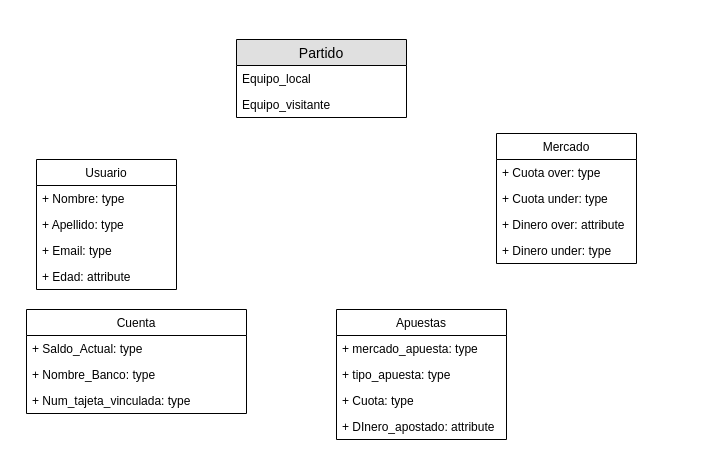
Earlier version of the draw.io diagram Untitled Diagram.drawio (jobasa/ExamenRecuTema2). Source tidied: cells renumbered, new cells numbered last; positions are measured from the earlier drawing's top-left corner, leaving out a move shared by most shapes. Both pictures are drawn from the tidied source at 100%, with x=0, y=0 at pixel (26, 39).
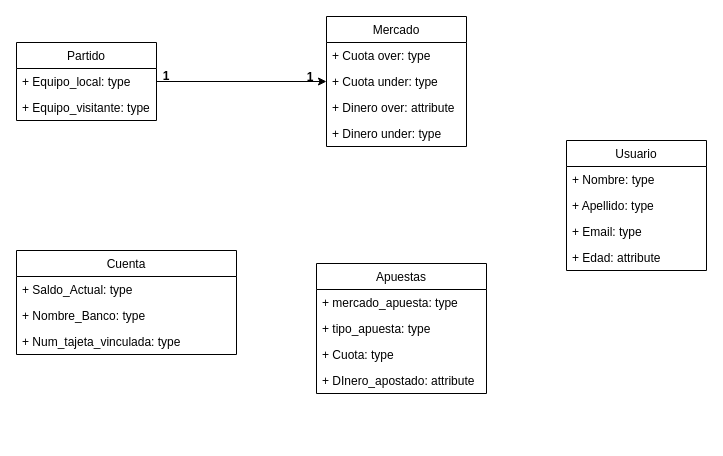
After the change.

Unchanged cells that the change refers to:
```xml
<mxCell id="12" value="+ Cuota under: type" style="text;strokeColor=none;fillColor=none;align=left;verticalAlign=top;spacingLeft=4;spacingRight=4;overflow=hidden;points=[[0,0.5],[1,0.5]];portConstraint=eastwest;" parent="10" vertex="1">
  <mxGeometry y="52" width="140" height="26" as="geometry" />
</mxCell>
```

Diff of the diagram source:
```diff
@@
-    <mxCell id="2" value="Partido" style="swimlane;fontStyle=0;horizontal=1;startSize=26;fillColor=#e0e0e0;swimlaneFillColor=#ffffff;align=center;fontSize=14;" parent="1" vertex="1">
-      <mxGeometry x="210" width="170" height="78" as="geometry" />
-    </mxCell>
-    <mxCell id="3" value="Equipo_local" style="text;strokeColor=none;fillColor=none;spacingLeft=4;spacingRight=4;overflow=hidden;fontSize=12;" parent="2" vertex="1">
-      <mxGeometry y="26" width="170" height="26" as="geometry" />
-    </mxCell>
-    <mxCell id="4" value="Equipo_visitante" style="text;strokeColor=none;fillColor=none;spacingLeft=4;spacingRight=4;overflow=hidden;fontSize=12;" parent="2" vertex="1">
-      <mxGeometry y="52" width="170" height="26" as="geometry" />
-    </mxCell>
     <mxCell id="5" value="Usuario" style="swimlane;fontStyle=0;horizontal=1;startSize=26;fillColor=none;" parent="1" vertex="1">
-      <mxGeometry x="10" y="120" width="140" height="130" as="geometry" />
+      <mxGeometry x="540" y="101" width="140" height="130" as="geometry" />
     </mxCell>
@@
     <mxCell id="10" value="Mercado" style="swimlane;fontStyle=0;horizontal=1;startSize=26;fillColor=none;" parent="1" vertex="1">
-      <mxGeometry x="470" y="94" width="140" height="130" as="geometry" />
+      <mxGeometry x="300" y="-23" width="140" height="130" as="geometry" />
     </mxCell>
@@
     <mxCell id="15" value="Cuenta" style="swimlane;fontStyle=0;horizontal=1;startSize=26;fillColor=none;" parent="1" vertex="1">
-      <mxGeometry y="270" width="220" height="104" as="geometry" />
+      <mxGeometry x="-10" y="211" width="220" height="104" as="geometry" />
     </mxCell>
@@
     <mxCell id="19" value="Apuestas" style="swimlane;fontStyle=0;horizontal=1;startSize=26;fillColor=none;" parent="1" vertex="1">
-      <mxGeometry x="310" y="270" width="170" height="130" as="geometry" />
+      <mxGeometry x="290" y="224" width="170" height="130" as="geometry" />
     </mxCell>
@@
+    <mxCell id="2" value="Partido" style="swimlane;fontStyle=0;horizontal=1;startSize=26;fillColor=none;" parent="1" vertex="1">
+      <mxGeometry x="-10" y="3" width="140" height="78" as="geometry" />
+    </mxCell>
+    <mxCell id="24" value="+ Equipo_local: type" style="text;strokeColor=none;fillColor=none;align=left;verticalAlign=top;spacingLeft=4;spacingRight=4;overflow=hidden;points=[[0,0.5],[1,0.5]];portConstraint=eastwest;" parent="2" vertex="1">
+      <mxGeometry y="26" width="140" height="26" as="geometry" />
+    </mxCell>
+    <mxCell id="25" value="+ Equipo_visitante: type" style="text;strokeColor=none;fillColor=none;align=left;verticalAlign=top;spacingLeft=4;spacingRight=4;overflow=hidden;" parent="2" vertex="1">
+      <mxGeometry y="52" width="140" height="26" as="geometry" />
+    </mxCell>
+    <mxCell id="26" style="edgeStyle=orthogonalEdgeStyle;rounded=0;jettySize=auto;html=1;exitX=1;exitY=0.5;exitDx=0;exitDy=0;entryX=0;entryY=0.5;entryDx=0;entryDy=0;" parent="1" edge="1" source="24" target="12">
+      <mxGeometry relative="1" as="geometry" />
+    </mxCell>
+    <mxCell id="27" value="1" style="text;align=center;fontStyle=1;verticalAlign=middle;spacingLeft=3;spacingRight=3;strokeColor=none;" parent="1" vertex="1">
+      <mxGeometry x="110" y="30" width="60" height="12" as="geometry" />
+    </mxCell>
+    <mxCell id="28" value="1" style="text;align=center;fontStyle=1;verticalAlign=middle;spacingLeft=3;spacingRight=3;strokeColor=none;" parent="1" vertex="1">
+      <mxGeometry x="254" y="31" width="60" height="12" as="geometry" />
+    </mxCell>
```
